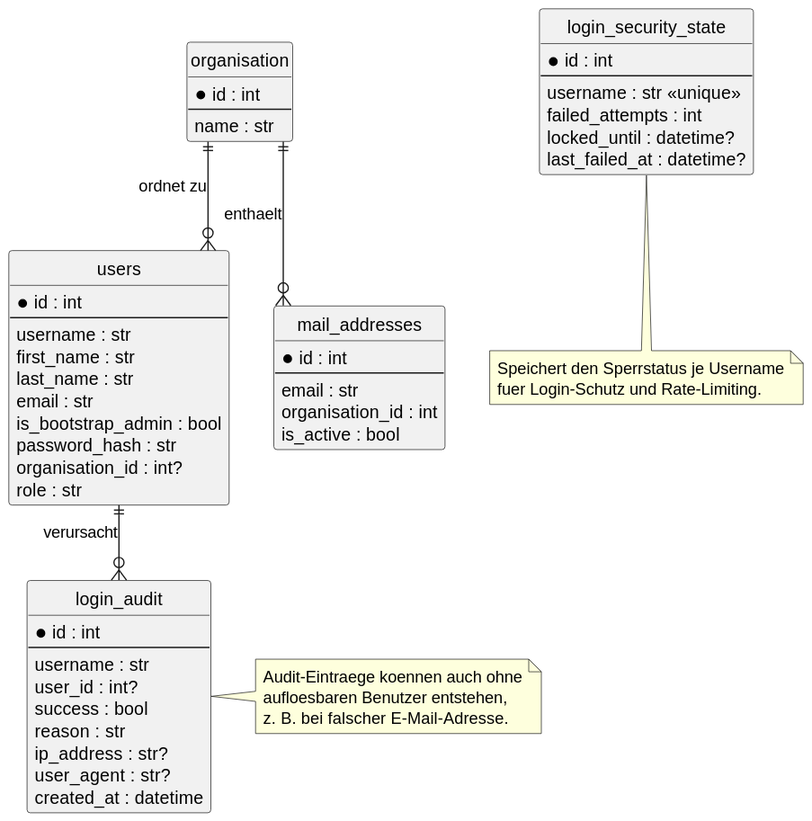
Above: PlantUML/database.svg in KingKunde/latex-vorlage-fiae (PlantUML), before the change. Its diagram source:
```plantuml
@startuml
hide circle
skinparam shadowing false
skinparam linetype ortho

entity "organisation" as organisation {
  * id : int
  --
  name : str
}

entity "users" as users {
  * id : int
  --
  username : str
  first_name : str
  last_name : str
  email : str
  is_bootstrap_admin : bool
  password_hash : str
  organisation_id : int?
  role : str
}

entity "mail_addresses" as mail_addresses {
  * id : int
  --
  email : str
  organisation_id : int
  is_active : bool
}

entity "login_audit" as login_audit {
  * id : int
  --
  username : str
  user_id : int?
  success : bool
  reason : str
  ip_address : str?
  user_agent : str?
  created_at : datetime
}

entity "login_security_state" as login_security_state {
  * id : int
  --
  username : str <<unique>>
  failed_attempts : int
  locked_until : datetime?
  last_failed_at : datetime?
}

organisation ||--o{ users : "ordnet zu"
organisation ||--o{ mail_addresses : "enthaelt"
users ||--o{ login_audit : "verursacht"

note right of login_audit
  Audit-Eintraege koennen auch ohne
  aufloesbaren Benutzer entstehen,
  z. B. bei falscher E-Mail-Adresse.
end note

note bottom of login_security_state
  Speichert den Sperrstatus je Username
  fuer Login-Schutz und Rate-Limiting.
end note
@enduml
```
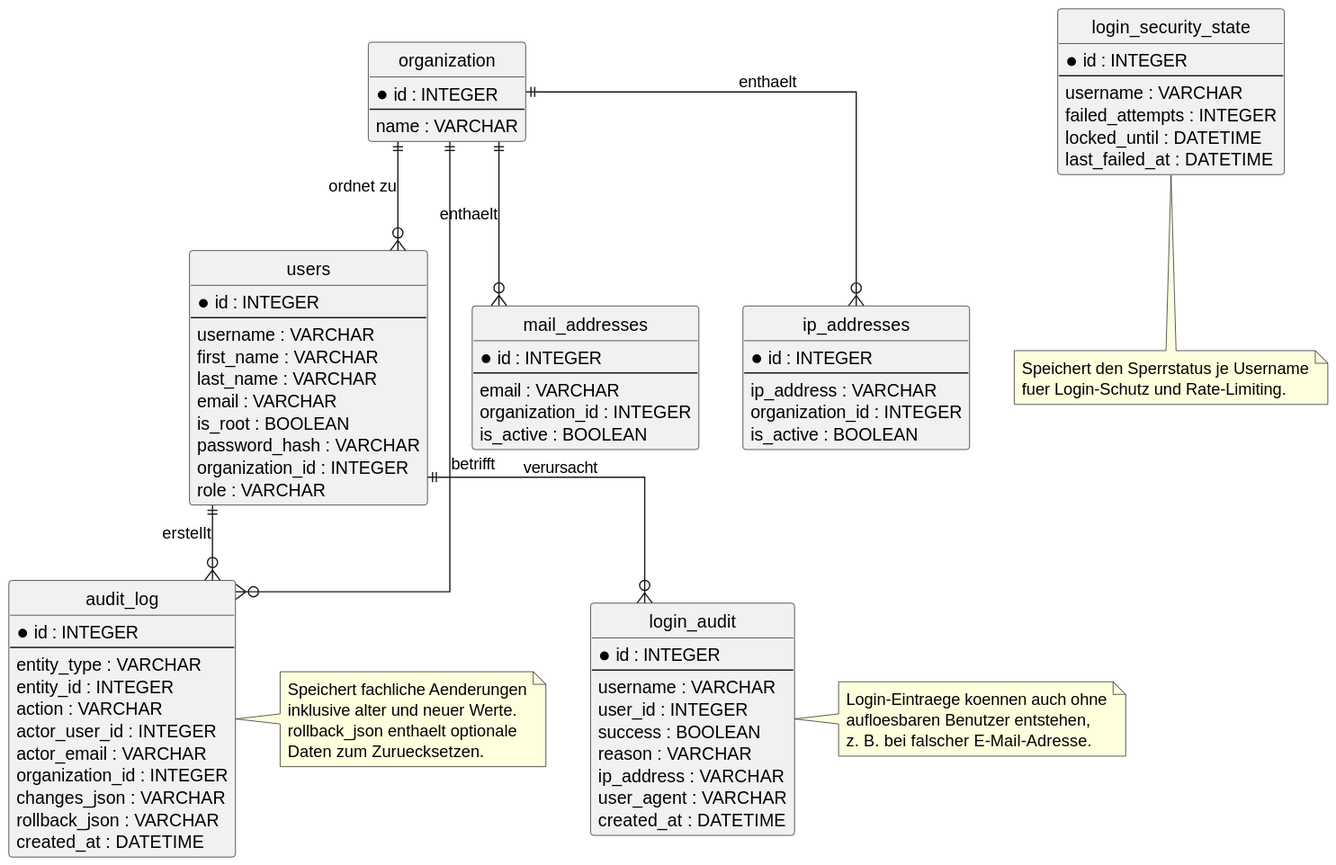
The same diagram one commit later.

What changed in the source:
```diff
@@ -3,60 +3,92 @@
 skinparam shadowing false
 skinparam linetype ortho
 
-entity "organisation" as organisation {
-  * id : int
+entity "organization" as organization {
+  * id : INTEGER
   --
-  name : str
+  name : VARCHAR
 }
 
 entity "users" as users {
-  * id : int
+  * id : INTEGER
   --
-  username : str
-  first_name : str
-  last_name : str
-  email : str
-  is_bootstrap_admin : bool
-  password_hash : str
-  organisation_id : int?
-  role : str
+  username : VARCHAR
+  first_name : VARCHAR
+  last_name : VARCHAR
+  email : VARCHAR
+  is_root : BOOLEAN
+  password_hash : VARCHAR
+  organization_id : INTEGER
+  role : VARCHAR
 }
 
 entity "mail_addresses" as mail_addresses {
-  * id : int
+  * id : INTEGER
   --
-  email : str
-  organisation_id : int
-  is_active : bool
+  email : VARCHAR
+  organization_id : INTEGER
+  is_active : BOOLEAN
+}
+
+entity "ip_addresses" as ip_addresses {
+  * id : INTEGER
+  --
+  ip_address : VARCHAR
+  organization_id : INTEGER
+  is_active : BOOLEAN
+}
+
+entity "audit_log" as audit_log {
+  * id : INTEGER
+  --
+  entity_type : VARCHAR
+  entity_id : INTEGER
+  action : VARCHAR
+  actor_user_id : INTEGER
+  actor_email : VARCHAR
+  organization_id : INTEGER
+  changes_json : VARCHAR
+  rollback_json : VARCHAR
+  created_at : DATETIME
 }
 
 entity "login_audit" as login_audit {
-  * id : int
+  * id : INTEGER
   --
-  username : str
-  user_id : int?
-  success : bool
-  reason : str
-  ip_address : str?
-  user_agent : str?
-  created_at : datetime
+  username : VARCHAR
+  user_id : INTEGER
+  success : BOOLEAN
+  reason : VARCHAR
+  ip_address : VARCHAR
+  user_agent : VARCHAR
+  created_at : DATETIME
 }
 
 entity "login_security_state" as login_security_state {
-  * id : int
+  * id : INTEGER
   --
-  username : str <<unique>>
-  failed_attempts : int
-  locked_until : datetime?
-  last_failed_at : datetime?
+  username : VARCHAR
+  failed_attempts : INTEGER
+  locked_until : DATETIME
+  last_failed_at : DATETIME
 }
 
-organisation ||--o{ users : "ordnet zu"
-organisation ||--o{ mail_addresses : "enthaelt"
+organization ||--o{ users : "ordnet zu"
+organization ||--o{ mail_addresses : "enthaelt"
+organization ||--o{ ip_addresses : "enthaelt"
+organization ||--o{ audit_log : "betrifft"
 users ||--o{ login_audit : "verursacht"
+users ||--o{ audit_log : "erstellt"
+
+note right of audit_log
+  Speichert fachliche Aenderungen
+  inklusive alter und neuer Werte.
+  rollback_json enthaelt optionale
+  Daten zum Zuruecksetzen.
+end note
 
 note right of login_audit
-  Audit-Eintraege koennen auch ohne
+  Login-Eintraege koennen auch ohne
   aufloesbaren Benutzer entstehen,
   z. B. bei falscher E-Mail-Adresse.
 end note
```
